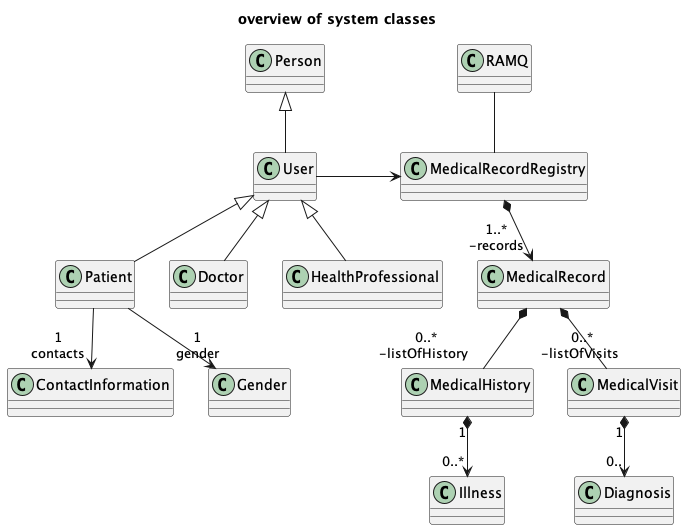
Earlier version of the PlantUML export _models/classDiagram/systemDiagram.png (CyberFery/med). Source of this version:
```plantuml
@startuml systemDiagram

title "overview of system classes"

class Person

class User extends Person

class Patient extends User

class ContactInformation

class Doctor extends User

class HealthProfessional extends User

class RAMQ

RAMQ -- MedicalRecordRegistry

class MedicalRecordRegistry

class MedicalRecord

class MedicalHistory{
}

class Illness{

}

class MedicalVisit{

}

class Diagnosis {

}

User -> MedicalRecordRegistry
MedicalRecordRegistry *--> "1..*\n-records" MedicalRecord
MedicalVisit "1" *--> "0.." Diagnosis
MedicalHistory "1" *--> "0..*" Illness
MedicalRecord *-- "0..*\n -listOfVisits  " MedicalVisit
MedicalRecord *-- "0..*\n -listOfHistory  " MedicalHistory

Patient --> "1\ngender" Gender
Patient --> "1\ncontacts" ContactInformation

@enduml
```
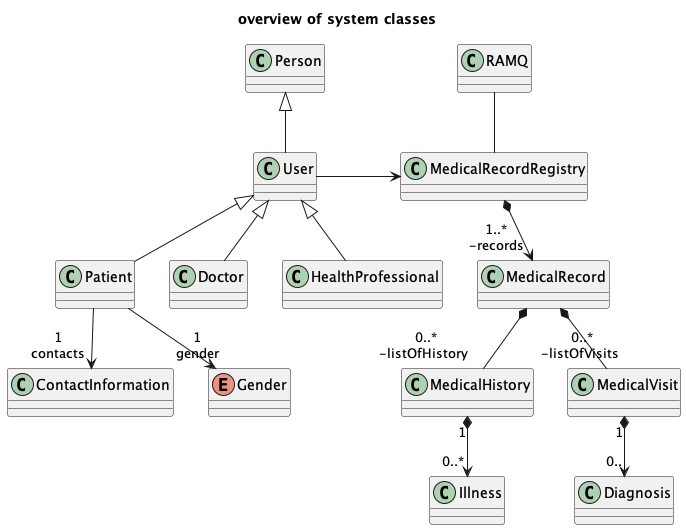
The same file after the commit.

The edit, as a diff of the source:
```diff
@@ -1,4 +1,4 @@
-@startuml systemDiagram
+@startuml SystemDiagram
 
 title "overview of system classes"
 
@@ -37,6 +37,8 @@
 
 }
 
+enum Gender
+
 User -> MedicalRecordRegistry
 MedicalRecordRegistry *--> "1..*\n-records" MedicalRecord
 MedicalVisit "1" *--> "0.." Diagnosis
```
